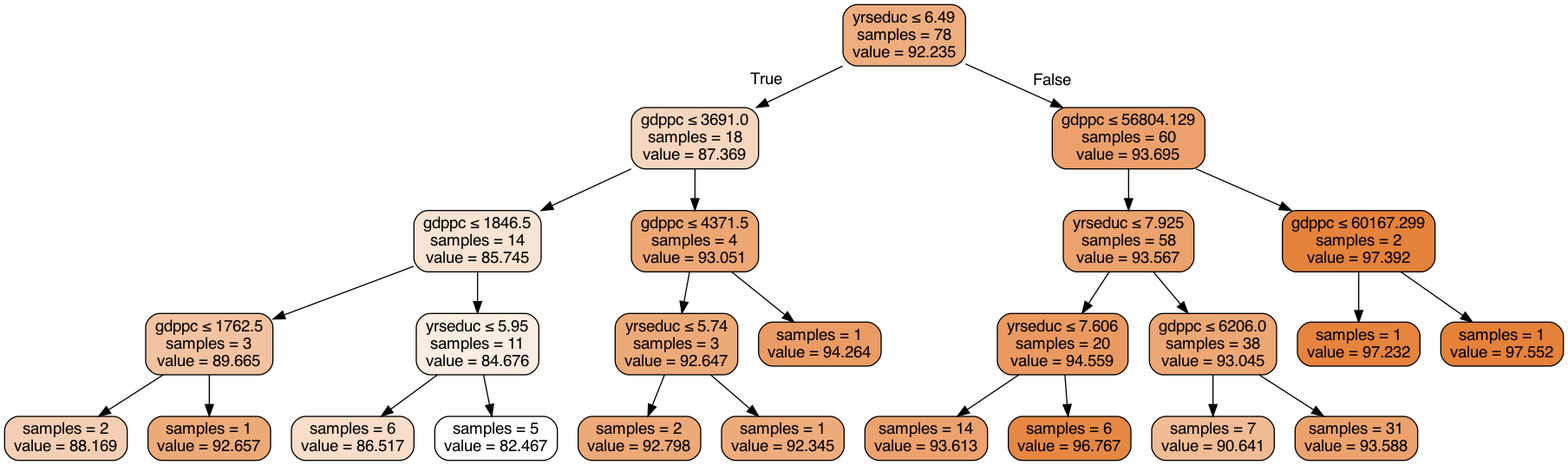
This is tree.gv.png from briellebush3/cse163project, a Graphviz export, as it was before one commit. Its source is kept beside it as tree.gv.
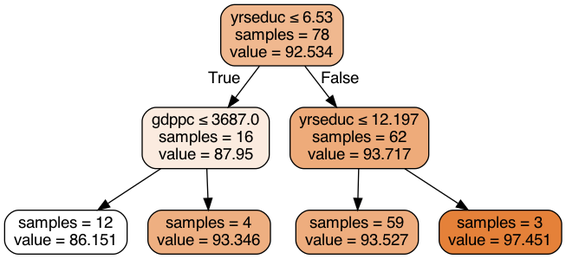
The same diagram one commit later.

Change to the diagram source:
```diff
@@ -1,53 +1,17 @@
 digraph Tree {
 node [shape=box, style="filled, rounded", color="black", fontname="helvetica"] ;
 edge [fontname="helvetica"] ;
-0 [label=<yrseduc &le; 6.49<br/>samples = 78<br/>value = 92.235>, fillcolor="#eead7f"] ;
-1 [label=<gdppc &le; 3691.0<br/>samples = 18<br/>value = 87.369>, fillcolor="#f7d6bf"] ;
+0 [label=<yrseduc &le; 6.53<br/>samples = 78<br/>value = 92.534>, fillcolor="#f0b88f"] ;
+1 [label=<gdppc &le; 3687.0<br/>samples = 16<br/>value = 87.95>, fillcolor="#fbebdf"] ;
 0 -> 1 [labeldistance=2.5, labelangle=45, headlabel="True"] ;
-2 [label=<gdppc &le; 1846.5<br/>samples = 14<br/>value = 85.745>, fillcolor="#f9e4d4"] ;
+2 [label=<samples = 12<br/>value = 86.151>, fillcolor="#ffffff"] ;
 1 -> 2 ;
-3 [label=<gdppc &le; 1762.5<br/>samples = 3<br/>value = 89.665>, fillcolor="#f3c3a1"] ;
-2 -> 3 ;
-4 [label=<samples = 2<br/>value = 88.169>, fillcolor="#f5cfb4"] ;
-3 -> 4 ;
-5 [label=<samples = 1<br/>value = 92.657>, fillcolor="#edaa79"] ;
-3 -> 5 ;
-6 [label=<yrseduc &le; 5.95<br/>samples = 11<br/>value = 84.676>, fillcolor="#fbede2"] ;
-2 -> 6 ;
-7 [label=<samples = 6<br/>value = 86.517>, fillcolor="#f8ddca"] ;
-6 -> 7 ;
-8 [label=<samples = 5<br/>value = 82.467>, fillcolor="#ffffff"] ;
-6 -> 8 ;
-9 [label=<gdppc &le; 4371.5<br/>samples = 4<br/>value = 93.051>, fillcolor="#eda774"] ;
-1 -> 9 ;
-10 [label=<yrseduc &le; 5.74<br/>samples = 3<br/>value = 92.647>, fillcolor="#edaa79"] ;
-9 -> 10 ;
-11 [label=<samples = 2<br/>value = 92.798>, fillcolor="#eda977"] ;
-10 -> 11 ;
-12 [label=<samples = 1<br/>value = 92.345>, fillcolor="#eeac7d"] ;
-10 -> 12 ;
-13 [label=<samples = 1<br/>value = 94.264>, fillcolor="#eb9c64"] ;
-9 -> 13 ;
-14 [label=<gdppc &le; 56804.129<br/>samples = 60<br/>value = 93.695>, fillcolor="#eca16c"] ;
-0 -> 14 [labeldistance=2.5, labelangle=-45, headlabel="False"] ;
-15 [label=<yrseduc &le; 7.925<br/>samples = 58<br/>value = 93.567>, fillcolor="#eca26d"] ;
-14 -> 15 ;
-16 [label=<yrseduc &le; 7.606<br/>samples = 20<br/>value = 94.559>, fillcolor="#ea9a60"] ;
-15 -> 16 ;
-17 [label=<samples = 14<br/>value = 93.613>, fillcolor="#eca26d"] ;
-16 -> 17 ;
-18 [label=<samples = 6<br/>value = 96.767>, fillcolor="#e68843"] ;
-16 -> 18 ;
-19 [label=<gdppc &le; 6206.0<br/>samples = 38<br/>value = 93.045>, fillcolor="#eda774"] ;
-15 -> 19 ;
-20 [label=<samples = 7<br/>value = 90.641>, fillcolor="#f1bb94"] ;
-19 -> 20 ;
-21 [label=<samples = 31<br/>value = 93.588>, fillcolor="#eca26d"] ;
-19 -> 21 ;
-22 [label=<gdppc &le; 60167.299<br/>samples = 2<br/>value = 97.392>, fillcolor="#e5823b"] ;
-14 -> 22 ;
-23 [label=<samples = 1<br/>value = 97.232>, fillcolor="#e6843d"] ;
-22 -> 23 ;
-24 [label=<samples = 1<br/>value = 97.552>, fillcolor="#e58139"] ;
-22 -> 24 ;
+3 [label=<samples = 4<br/>value = 93.346>, fillcolor="#eeaf81"] ;
+1 -> 3 ;
+4 [label=<yrseduc &le; 12.197<br/>samples = 62<br/>value = 93.717>, fillcolor="#eeab7a"] ;
+0 -> 4 [labeldistance=2.5, labelangle=-45, headlabel="False"] ;
+5 [label=<samples = 59<br/>value = 93.527>, fillcolor="#eead7e"] ;
+4 -> 5 ;
+6 [label=<samples = 3<br/>value = 97.451>, fillcolor="#e58139"] ;
+4 -> 6 ;
 }
```
